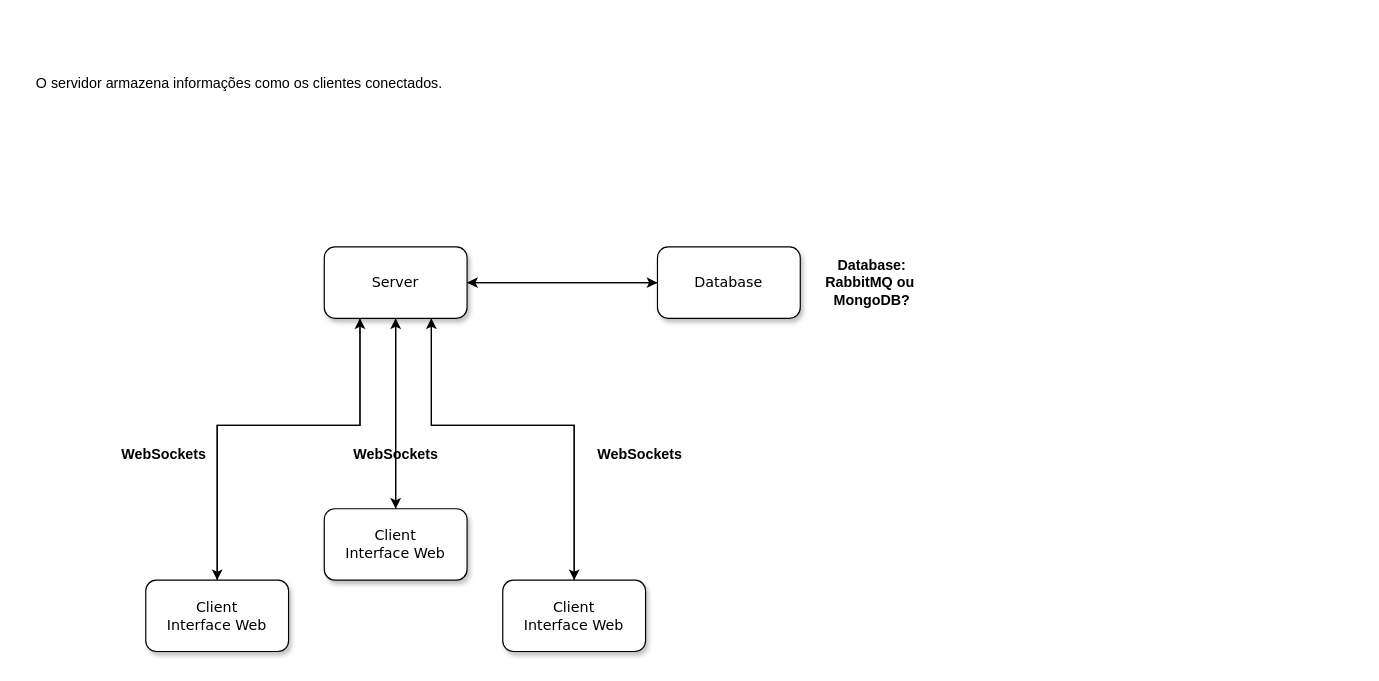
Above: TextSync.drawio in BrenoFariasdaSilva/TextSync (draw.io), before the change. Source tidied: cells renumbered, new cells numbered last; positions are measured from the earlier drawing's top-left corner, leaving out a move shared by most shapes. Both pictures are drawn from the tidied source at 119%, with x=0, y=0 at pixel (20, 65).
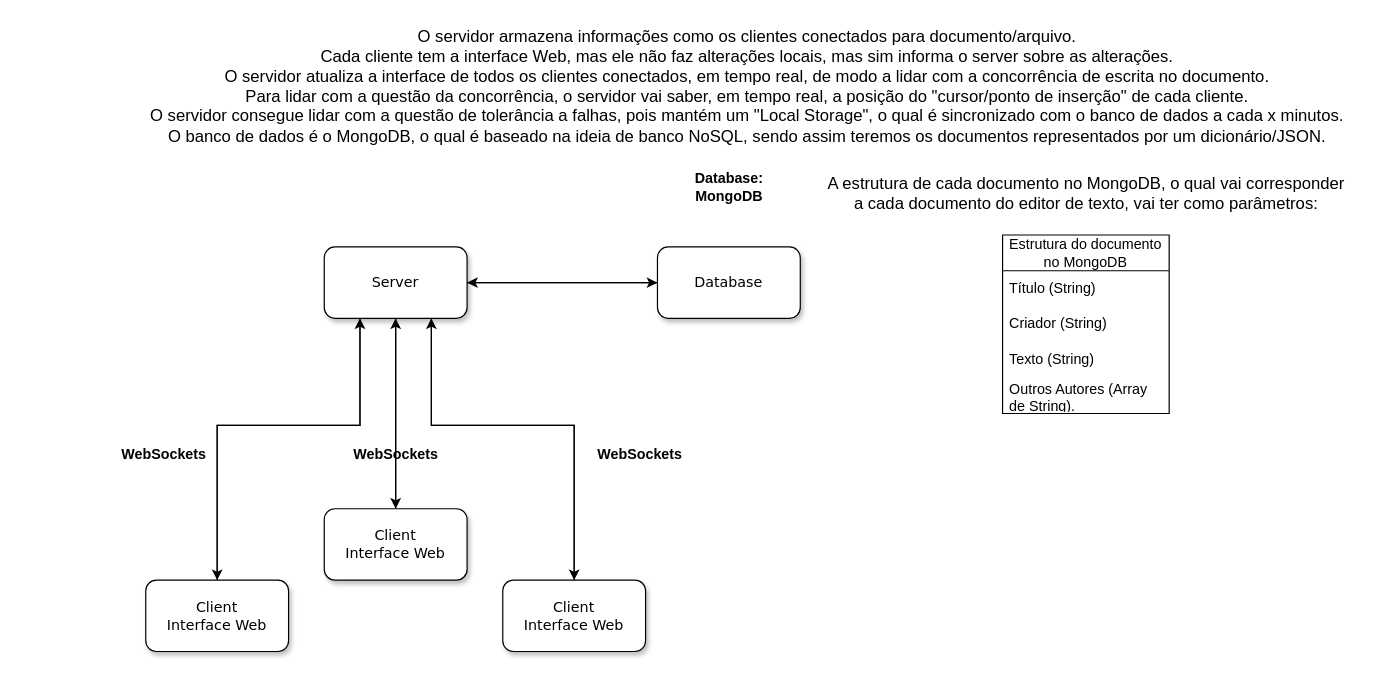
After the change.

Commit message (it also covers changes not shown here):
Updating System Architecture

Change to the diagram source:
```diff
@@
-    <mxCell id="15" value="&lt;b&gt;Database:&lt;br&gt;&lt;/b&gt;&lt;b style=&quot;border-color: var(--border-color);&quot;&gt;RabbitMQ ou&amp;nbsp;&lt;br&gt;&lt;/b&gt;&lt;b&gt;MongoDB?&lt;br&gt;&lt;/b&gt;" style="text;html=1;align=center;verticalAlign=middle;strokeColor=none;fillColor=none;" parent="1" vertex="1">
-      <mxGeometry x="665" y="152" width="100" height="60" as="geometry" />
+    <mxCell id="15" value="&lt;div&gt;&lt;b&gt;Database:&lt;/b&gt;&lt;b&gt;&lt;br&gt;&lt;/b&gt;&lt;/div&gt;&lt;div&gt;&lt;b&gt;MongoDB&lt;/b&gt;&lt;/div&gt;" style="text;html=1;align=center;verticalAlign=middle;strokeColor=none;fillColor=none;" parent="1" vertex="1">
+      <mxGeometry x="555" y="82" width="80" height="40" as="geometry" />
     </mxCell>
@@
-    <mxCell id="19" value="O servidor armazena informações como os clientes conectados.&amp;nbsp;" style="text;html=1;align=center;verticalAlign=middle;strokeColor=none;fillColor=none;" parent="1" vertex="1">
-      <mxGeometry width="370" height="30" as="geometry" />
+    <mxCell id="19" value="&lt;div style=&quot;font-size: 14px;&quot;&gt;&lt;font style=&quot;font-size: 14px;&quot;&gt;O servidor armazena informações como os clientes conectados para documento/arquivo.&lt;/font&gt;&lt;/div&gt;&lt;div style=&quot;font-size: 14px;&quot;&gt;&lt;font style=&quot;font-size: 14px;&quot;&gt;Cada cliente tem a interface Web, mas ele não faz alterações locais, mas sim informa o server sobre as alterações.&lt;font style=&quot;font-size: 14px;&quot;&gt;&lt;br&gt;&lt;/font&gt;&lt;/font&gt;&lt;/div&gt;&lt;div style=&quot;font-size: 14px;&quot;&gt;&lt;font style=&quot;font-size: 14px;&quot;&gt;&lt;font style=&quot;font-size: 14px;&quot;&gt;O servidor atualiza a interface de todos os clientes conectados, em tempo real, de modo a lidar com a concorrência de escrita no documento.&lt;br&gt;&lt;/font&gt;&lt;/font&gt; &lt;/div&gt;&lt;div style=&quot;font-size: 14px;&quot;&gt;&lt;font style=&quot;font-size: 14px;&quot;&gt;Para lidar com a questão da concorrência, o servidor vai saber, em tempo real, a posição do &quot;cursor/ponto de inserção&quot; de cada cliente.&lt;font style=&quot;font-size: 14px;&quot;&gt;&lt;br&gt;&lt;/font&gt;&lt;/font&gt;&lt;/div&gt;&lt;div style=&quot;font-size: 14px;&quot;&gt;O servidor consegue lidar com a questão de tolerância a falhas, pois mantém um &quot;Local Storage&quot;, o qual é sincronizado com o banco de dados a cada x minutos.&lt;/div&gt;&lt;div style=&quot;font-size: 14px;&quot;&gt;O banco de dados é o MongoDB, o qual é baseado na ideia de banco NoSQL, sendo assim teremos os documentos representados por um dicionário/JSON.&lt;br&gt;&lt;/div&gt;" style="text;html=1;align=center;verticalAlign=middle;strokeColor=none;fillColor=none;" parent="1" vertex="1">
+      <mxGeometry x="95" y="-38" width="1030" height="110" as="geometry" />
     </mxCell>
+    <mxCell id="20" value="Estrutura do documento no MongoDB" style="swimlane;fontStyle=0;horizontal=1;startSize=30;whiteSpace=wrap;html=1;" parent="1" vertex="1">
+      <mxGeometry x="825" y="142" width="140" height="150" as="geometry" />
+    </mxCell>
+    <mxCell id="21" value="Título (String)" style="text;strokeColor=none;fillColor=none;align=left;verticalAlign=middle;spacingLeft=4;spacingRight=4;overflow=hidden;whiteSpace=wrap;html=1;" parent="20" vertex="1">
+      <mxGeometry y="30" width="140" height="30" as="geometry" />
+    </mxCell>
+    <mxCell id="22" value="Criador  (String)" style="text;strokeColor=none;fillColor=none;align=left;verticalAlign=middle;spacingLeft=4;spacingRight=4;overflow=hidden;whiteSpace=wrap;html=1;" parent="20" vertex="1">
+      <mxGeometry y="60" width="140" height="30" as="geometry" />
+    </mxCell>
+    <mxCell id="23" value="Texto  (String)" style="text;strokeColor=none;fillColor=none;align=left;verticalAlign=middle;spacingLeft=4;spacingRight=4;overflow=hidden;whiteSpace=wrap;html=1;" parent="20" vertex="1">
+      <mxGeometry y="90" width="140" height="30" as="geometry" />
+    </mxCell>
+    <mxCell id="24" value="Outros Autores  (Array de String)." style="text;strokeColor=none;fillColor=none;align=left;verticalAlign=middle;spacingLeft=4;spacingRight=4;overflow=hidden;whiteSpace=wrap;html=1;" parent="20" vertex="1">
+      <mxGeometry y="120" width="140" height="30" as="geometry" />
+    </mxCell>
+    <mxCell id="25" value="&lt;div style=&quot;font-size: 14px;&quot;&gt;&lt;font style=&quot;font-size: 14px;&quot;&gt;A estrutura de cada documento no MongoDB, o qual vai corresponder &lt;br&gt;&lt;/font&gt;&lt;/div&gt;&lt;div style=&quot;font-size: 14px;&quot;&gt;&lt;font style=&quot;font-size: 14px;&quot;&gt;a cada documento do editor de texto, vai ter como parâmetros: &lt;/font&gt;&lt;/div&gt;" style="text;html=1;align=center;verticalAlign=middle;strokeColor=none;fillColor=none;" parent="1" vertex="1">
+      <mxGeometry x="665" y="82" width="460" height="50" as="geometry" />
+    </mxCell>
```
